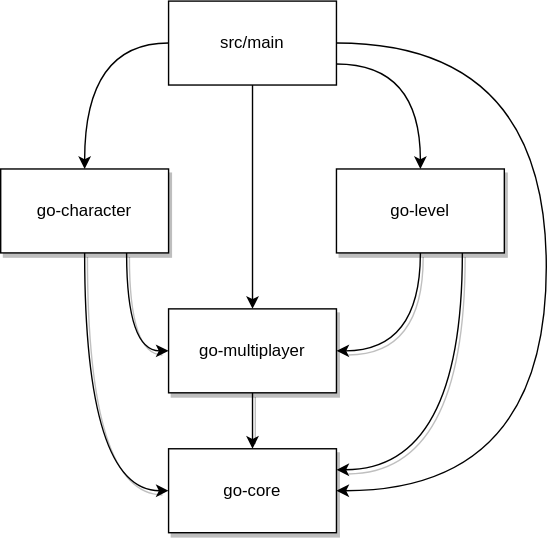
The draw.io diagram docs/crates_hierarchie.drawio.svg in Sigzaa/Griffsort-Bevy, before a commit. Source tidied: cells renumbered, new cells last; positions are measured from the earlier drawing's top-left corner, leaving out a move shared by most shapes.
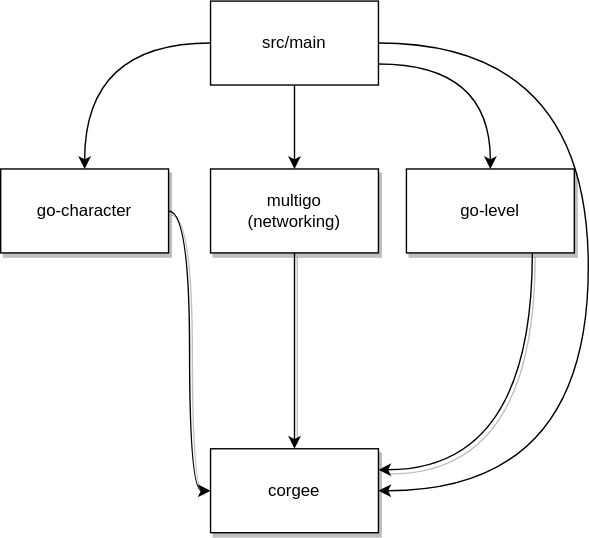
After the change.

Diff of the diagram source:
```diff
@@ -22,32 +22,26 @@
     <mxCell id="6" value="src/main" style="whiteSpace=wrap;html=1;" parent="1" vertex="1">
       <mxGeometry x="120" width="120" height="60" as="geometry" />
     </mxCell>
-    <mxCell id="7" style="edgeStyle=orthogonalEdgeStyle;curved=1;rounded=0;html=1;entryX=0;entryY=0.5;entryDx=0;entryDy=0;strokeColor=default;exitX=0.75;exitY=1;exitDx=0;exitDy=0;shadow=1;" parent="1" edge="1" source="9" target="11">
-      <mxGeometry relative="1" as="geometry" />
-    </mxCell>
     <mxCell id="8" style="edgeStyle=orthogonalEdgeStyle;curved=1;rounded=0;html=1;entryX=0;entryY=0.5;entryDx=0;entryDy=0;strokeColor=default;shadow=1;" parent="1" edge="1" source="9" target="12">
       <mxGeometry relative="1" as="geometry" />
     </mxCell>
     <mxCell id="9" value="go-character" style="whiteSpace=wrap;html=1;shadow=1;" parent="1" vertex="1">
-      <mxGeometry y="120" width="120" height="60" as="geometry" />
+      <mxGeometry x="-30" y="120" width="120" height="60" as="geometry" />
     </mxCell>
     <mxCell id="10" style="edgeStyle=orthogonalEdgeStyle;curved=1;rounded=0;html=1;entryX=0.5;entryY=0;entryDx=0;entryDy=0;strokeColor=default;shadow=1;" parent="1" edge="1" source="11" target="12">
       <mxGeometry relative="1" as="geometry" />
     </mxCell>
-    <mxCell id="11" value="go-multiplayer" style="whiteSpace=wrap;html=1;shadow=1;" parent="1" vertex="1">
-      <mxGeometry x="120" y="220" width="120" height="60" as="geometry" />
+    <mxCell id="11" value="multigo &lt;br&gt;(networking)" style="whiteSpace=wrap;html=1;shadow=1;" parent="1" vertex="1">
+      <mxGeometry x="120" y="120" width="120" height="60" as="geometry" />
     </mxCell>
-    <mxCell id="12" value="go-core" style="whiteSpace=wrap;html=1;shadow=1;" parent="1" vertex="1">
+    <mxCell id="12" value="corgee" style="whiteSpace=wrap;html=1;shadow=1;" parent="1" vertex="1">
       <mxGeometry x="120" y="320" width="120" height="60" as="geometry" />
     </mxCell>
-    <mxCell id="13" style="edgeStyle=orthogonalEdgeStyle;curved=1;rounded=0;html=1;entryX=1;entryY=0.5;entryDx=0;entryDy=0;strokeColor=default;exitX=0.5;exitY=1;exitDx=0;exitDy=0;shadow=1;" parent="1" edge="1" source="15" target="11">
-      <mxGeometry relative="1" as="geometry" />
-    </mxCell>
     <mxCell id="14" style="edgeStyle=orthogonalEdgeStyle;curved=1;rounded=0;html=1;exitX=0.75;exitY=1;exitDx=0;exitDy=0;entryX=1;entryY=0.25;entryDx=0;entryDy=0;strokeColor=default;shadow=1;" parent="1" edge="1" source="15" target="12">
       <mxGeometry relative="1" as="geometry" />
     </mxCell>
     <mxCell id="15" value="go-level" style="whiteSpace=wrap;html=1;shadow=1;" parent="1" vertex="1">
-      <mxGeometry x="240" y="120" width="120" height="60" as="geometry" />
+      <mxGeometry x="260" y="120" width="120" height="60" as="geometry" />
     </mxCell>
   </root>
 </mxGraphModel>
```
